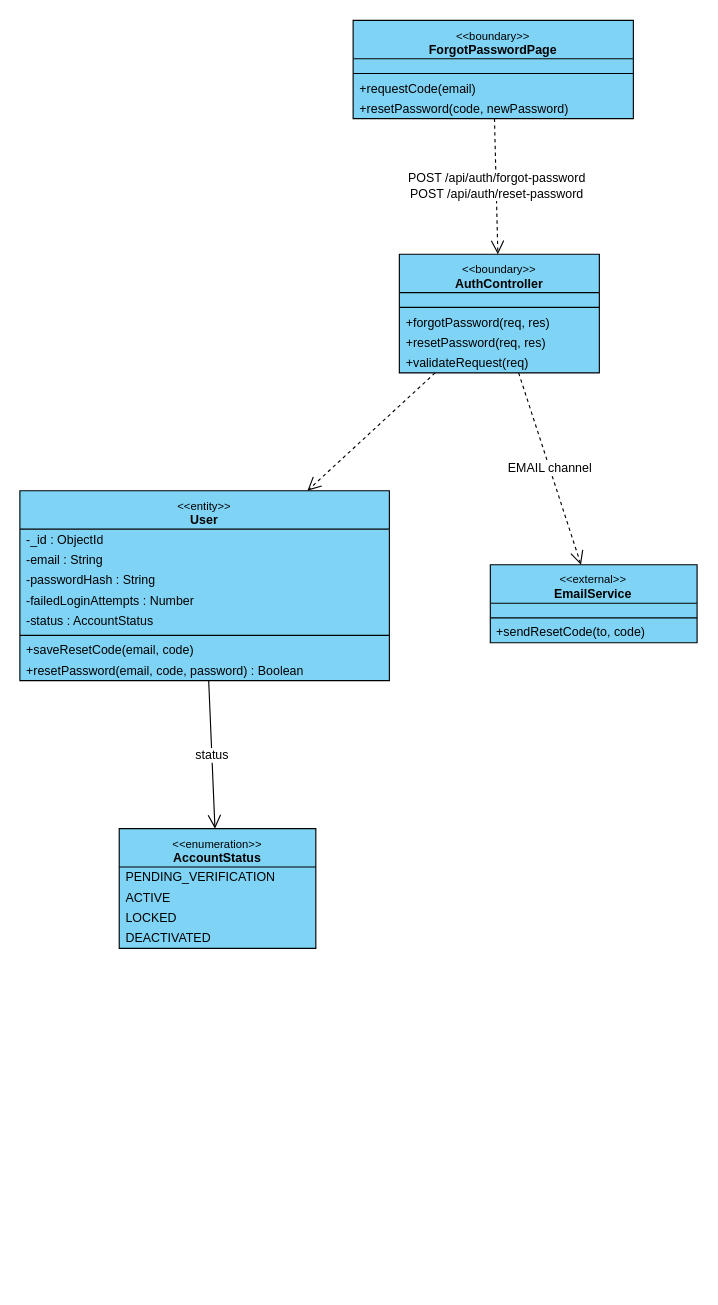
This is final/diagrams/M2_Auth-And-Administration_Diagrams/class_diagrams/CD-07_UC-C03_ResetForgottenPassword.drawio from toikobi401/SWD392, a draw.io file, before an edit. Source tidied: cells renumbered, new cells numbered last; positions are measured from the earlier drawing's top-left corner, leaving out a move shared by most shapes. Both pictures are drawn from the tidied source at 113%, with x=0, y=0 at pixel (19, 19).
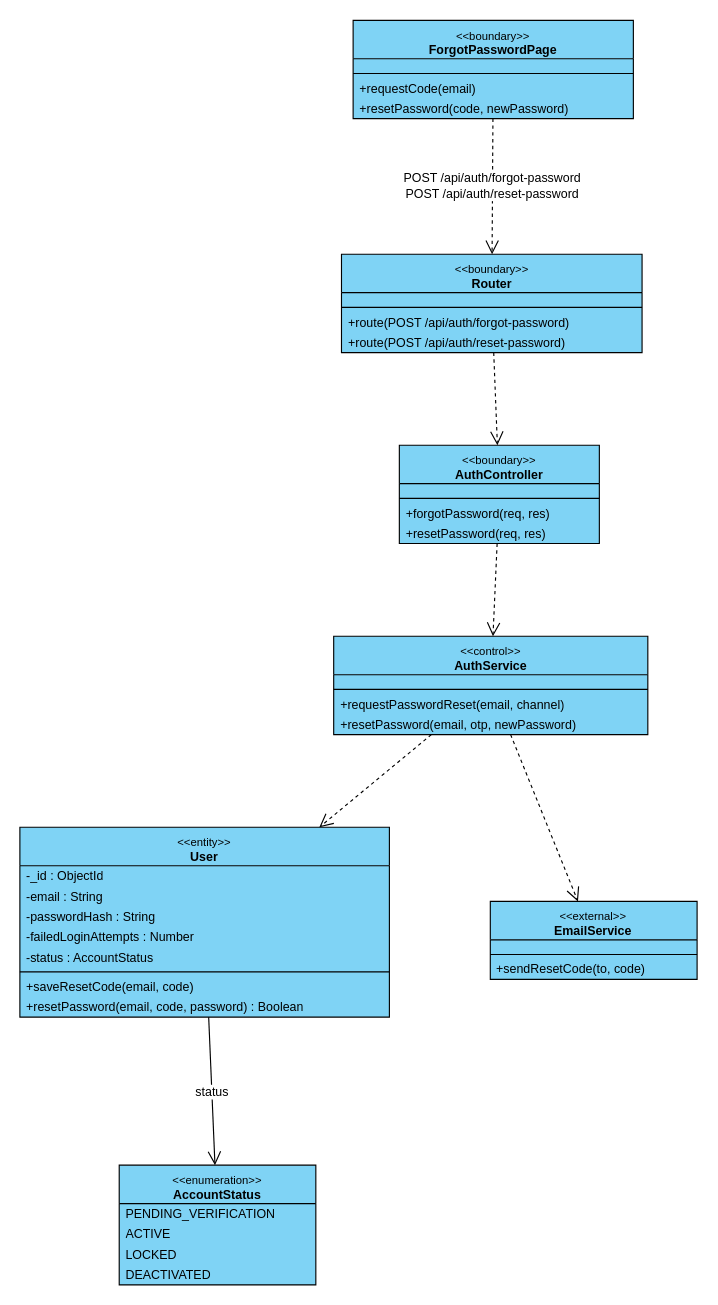
The same page after the edit.

The change refers to these unchanged cells:
```xml
<mxCell id="2" value="&lt;font style=&quot;font-size:10px&quot;&gt;&amp;lt;&amp;lt;boundary&amp;gt;&amp;gt;&lt;/font&gt;&lt;br&gt;&lt;b&gt;ForgotPasswordPage&lt;/b&gt;" style="swimlane;fontStyle=0;align=center;verticalAlign=top;horizontal=1;startSize=34;html=1;whiteSpace=wrap;fontSize=11;fillColor=#7fd3f5;swimlaneFillColor=#7fd3f5;strokeColor=#000000;" parent="1" vertex="1">
  <mxGeometry x="295" y="0.5" width="248" height="87" as="geometry" />
</mxCell>
```

The edit, as a diff of the source:
```diff
@@
+    <mxCell id="35" value="&lt;font style=&quot;font-size:10px&quot;&gt;&amp;lt;&amp;lt;boundary&amp;gt;&amp;gt;&lt;/font&gt;&lt;br&gt;&lt;b&gt;Router&lt;/b&gt;" style="swimlane;fontStyle=0;align=center;verticalAlign=top;horizontal=1;startSize=34;html=1;whiteSpace=wrap;fontSize=11;fillColor=#7fd3f5;swimlaneFillColor=#7fd3f5;strokeColor=#000000;" parent="1" vertex="1">
+      <mxGeometry x="284.7" y="207.5" width="266" height="87" as="geometry" />
+    </mxCell>
+    <mxCell id="36" style="text;strokeColor=none;fillColor=none;html=1;" parent="35" vertex="1">
+      <mxGeometry y="34" width="266" height="9" as="geometry" />
+    </mxCell>
+    <mxCell id="37" style="line;strokeWidth=1;fillColor=none;align=left;verticalAlign=middle;spacingTop=-1;spacingLeft=3;spacingRight=3;labelPosition=right;strokeColor=#000000;" parent="35" vertex="1">
+      <mxGeometry y="43" width="266" height="8" as="geometry" />
+    </mxCell>
+    <mxCell id="38" value="+route(POST /api/auth/forgot-password)" style="text;strokeColor=none;fillColor=none;align=left;verticalAlign=middle;spacingLeft=4;spacingRight=4;overflow=hidden;whiteSpace=nowrap;html=1;fontSize=11;" parent="35" vertex="1">
+      <mxGeometry y="51" width="266" height="18" as="geometry" />
+    </mxCell>
+    <mxCell id="39" value="+route(POST /api/auth/reset-password)" style="text;strokeColor=none;fillColor=none;align=left;verticalAlign=middle;spacingLeft=4;spacingRight=4;overflow=hidden;whiteSpace=nowrap;html=1;fontSize=11;" parent="35" vertex="1">
+      <mxGeometry y="69" width="266" height="18" as="geometry" />
+    </mxCell>
     <mxCell id="7" value="&lt;font style=&quot;font-size:10px&quot;&gt;&amp;lt;&amp;lt;boundary&amp;gt;&amp;gt;&lt;/font&gt;&lt;br&gt;&lt;b&gt;AuthController&lt;/b&gt;" style="swimlane;fontStyle=0;align=center;verticalAlign=top;horizontal=1;startSize=34;html=1;whiteSpace=wrap;fontSize=11;fillColor=#7fd3f5;swimlaneFillColor=#7fd3f5;strokeColor=#000000;" parent="1" vertex="1">
-      <mxGeometry x="335.9" y="207.5" width="177" height="105" as="geometry" />
+      <mxGeometry x="335.9" y="376.5" width="177" height="87" as="geometry" />
     </mxCell>
@@
-    <mxCell id="12" value="+validateRequest(req)" style="text;strokeColor=none;fillColor=none;align=left;verticalAlign=middle;spacingLeft=4;spacingRight=4;overflow=hidden;whiteSpace=nowrap;html=1;fontSize=11;" parent="7" vertex="1">
-      <mxGeometry y="87" width="177" height="18" as="geometry" />
-    </mxCell>
+    <mxCell id="40" value="&lt;font style=&quot;font-size:10px&quot;&gt;&amp;lt;&amp;lt;control&amp;gt;&amp;gt;&lt;/font&gt;&lt;br&gt;&lt;b&gt;AuthService&lt;/b&gt;" style="swimlane;fontStyle=0;align=center;verticalAlign=top;horizontal=1;startSize=34;html=1;whiteSpace=wrap;fontSize=11;fillColor=#7fd3f5;swimlaneFillColor=#7fd3f5;strokeColor=#000000;" parent="1" vertex="1">
+      <mxGeometry x="277.8" y="545.6" width="278" height="87" as="geometry" />
+    </mxCell>
+    <mxCell id="41" style="text;strokeColor=none;fillColor=none;html=1;" parent="40" vertex="1">
+      <mxGeometry y="34" width="278" height="9" as="geometry" />
+    </mxCell>
+    <mxCell id="42" style="line;strokeWidth=1;fillColor=none;align=left;verticalAlign=middle;spacingTop=-1;spacingLeft=3;spacingRight=3;labelPosition=right;strokeColor=#000000;" parent="40" vertex="1">
+      <mxGeometry y="43" width="278" height="8" as="geometry" />
+    </mxCell>
+    <mxCell id="43" value="+requestPasswordReset(email, channel)" style="text;strokeColor=none;fillColor=none;align=left;verticalAlign=middle;spacingLeft=4;spacingRight=4;overflow=hidden;whiteSpace=nowrap;html=1;fontSize=11;" parent="40" vertex="1">
+      <mxGeometry y="51" width="278" height="18" as="geometry" />
+    </mxCell>
+    <mxCell id="44" value="+resetPassword(email, otp, newPassword)" style="text;strokeColor=none;fillColor=none;align=left;verticalAlign=middle;spacingLeft=4;spacingRight=4;overflow=hidden;whiteSpace=nowrap;html=1;fontSize=11;" parent="40" vertex="1">
+      <mxGeometry y="69" width="278" height="18" as="geometry" />
+    </mxCell>
     <mxCell id="13" value="&lt;font style=&quot;font-size:10px&quot;&gt;&amp;lt;&amp;lt;entity&amp;gt;&amp;gt;&lt;/font&gt;&lt;br&gt;&lt;b&gt;User&lt;/b&gt;" style="swimlane;fontStyle=0;align=center;verticalAlign=top;horizontal=1;startSize=34;html=1;whiteSpace=wrap;fontSize=11;fillColor=#7fd3f5;swimlaneFillColor=#7fd3f5;strokeColor=#000000;" parent="1" vertex="1">
-      <mxGeometry x="0.1" y="416.8" width="327" height="168" as="geometry" />
+      <mxGeometry x="0.1" y="714.6" width="327" height="168" as="geometry" />
     </mxCell>
@@
     <mxCell id="22" value="&lt;font style=&quot;font-size:10px&quot;&gt;&amp;lt;&amp;lt;external&amp;gt;&amp;gt;&lt;/font&gt;&lt;br&gt;&lt;b&gt;EmailService&lt;/b&gt;" style="swimlane;fontStyle=0;align=center;verticalAlign=top;horizontal=1;startSize=34;html=1;whiteSpace=wrap;fontSize=11;fillColor=#7fd3f5;swimlaneFillColor=#7fd3f5;strokeColor=#000000;" parent="1" vertex="1">
-      <mxGeometry x="416.4" y="482.3" width="183" height="69" as="geometry" />
+      <mxGeometry x="416.4" y="780.2" width="183" height="69" as="geometry" />
     </mxCell>
@@
     <mxCell id="26" value="&lt;font style=&quot;font-size:10px&quot;&gt;&amp;lt;&amp;lt;enumeration&amp;gt;&amp;gt;&lt;/font&gt;&lt;br&gt;&lt;b&gt;AccountStatus&lt;/b&gt;" style="swimlane;fontStyle=0;align=center;verticalAlign=top;horizontal=1;startSize=34;html=1;whiteSpace=wrap;fontSize=11;fillColor=#7fd3f5;swimlaneFillColor=#7fd3f5;strokeColor=#000000;" parent="1" vertex="1">
-      <mxGeometry x="88" y="715.8" width="174" height="106" as="geometry" />
+      <mxGeometry x="88" y="1013.6" width="174" height="106" as="geometry" />
     </mxCell>
@@
-    <mxCell id="31" value="POST /api/auth/forgot-password&lt;br&gt;POST /api/auth/reset-password" style="html=1;rounded=0;fontSize=11;labelBackgroundColor=#ffffff;dashed=1;endArrow=open;endSize=10;" parent="1" edge="1" source="2" target="7">
+    <mxCell id="31" value="POST /api/auth/forgot-password&lt;br&gt;POST /api/auth/reset-password" style="html=1;rounded=0;fontSize=11;labelBackgroundColor=#ffffff;dashed=1;endArrow=open;endSize=10;" parent="1" edge="1" source="2" target="35">
       <mxGeometry relative="1" as="geometry" />
     </mxCell>
-    <mxCell id="32" style="html=1;rounded=0;fontSize=11;labelBackgroundColor=#ffffff;dashed=1;endArrow=open;endSize=10;" parent="1" edge="1" source="7" target="13">
+    <mxCell id="32" style="html=1;rounded=0;fontSize=11;labelBackgroundColor=#ffffff;dashed=1;endArrow=open;endSize=10;" parent="1" edge="1" source="35" target="7">
       <mxGeometry relative="1" as="geometry" />
     </mxCell>
-    <mxCell id="33" value="EMAIL channel" style="html=1;rounded=0;fontSize=11;labelBackgroundColor=#ffffff;dashed=1;endArrow=open;endSize=10;" parent="1" edge="1" source="7" target="22">
+    <mxCell id="33" style="html=1;rounded=0;fontSize=11;labelBackgroundColor=#ffffff;dashed=1;endArrow=open;endSize=10;" parent="1" edge="1" source="7" target="40">
       <mxGeometry relative="1" as="geometry" />
     </mxCell>
-    <mxCell id="34" value="status" style="html=1;rounded=0;fontSize=11;labelBackgroundColor=#ffffff;endArrow=open;endSize=10;" parent="1" edge="1" source="13" target="26">
+    <mxCell id="34" style="html=1;rounded=0;fontSize=11;labelBackgroundColor=#ffffff;dashed=1;endArrow=open;endSize=10;" parent="1" edge="1" source="40" target="13">
       <mxGeometry relative="1" as="geometry" />
     </mxCell>
+    <mxCell id="45" style="html=1;rounded=0;fontSize=11;labelBackgroundColor=#ffffff;dashed=1;endArrow=open;endSize=10;" parent="1" edge="1" source="40" target="22">
+      <mxGeometry relative="1" as="geometry" />
+    </mxCell>
+    <mxCell id="46" value="status" style="html=1;rounded=0;fontSize=11;labelBackgroundColor=#ffffff;endArrow=open;endSize=10;" parent="1" edge="1" source="13" target="26">
+      <mxGeometry relative="1" as="geometry" />
+    </mxCell>
```
